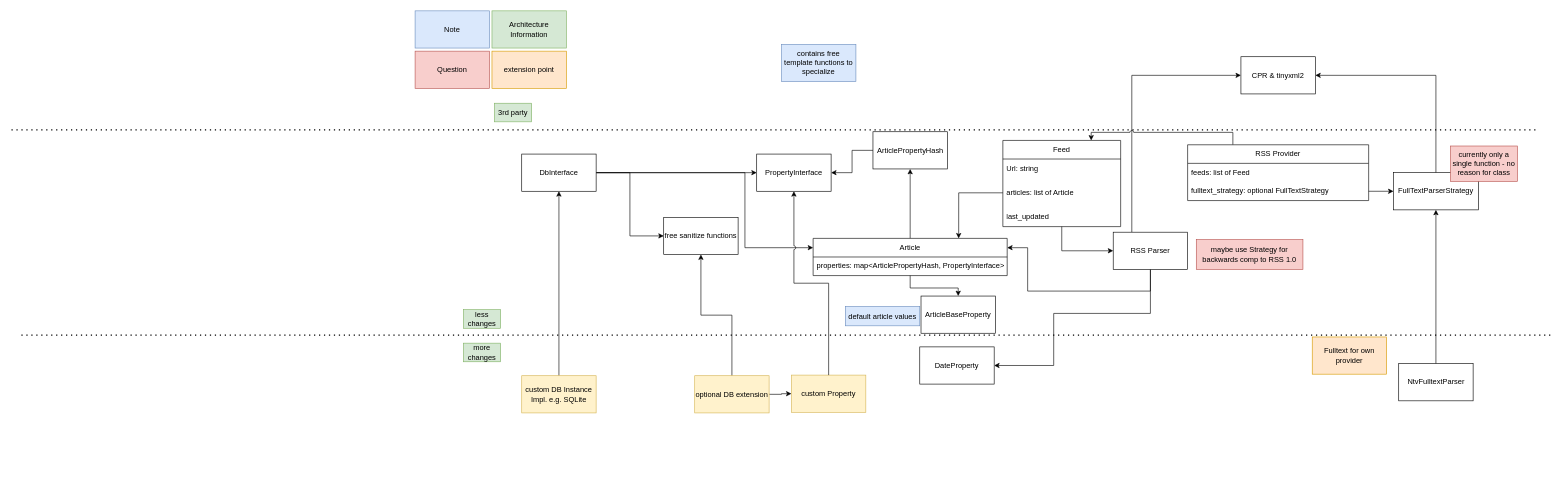
This is doc/source/img/architecture.drawio from parthux1/feedcat, a draw.io file, before an edit. Source tidied: cells renumbered, new cells numbered last; positions are measured from the earlier drawing's top-left corner, leaving out a move shared by most shapes. Both pictures are drawn from the tidied source at 62%, with x=0, y=0 at pixel (11, 11).
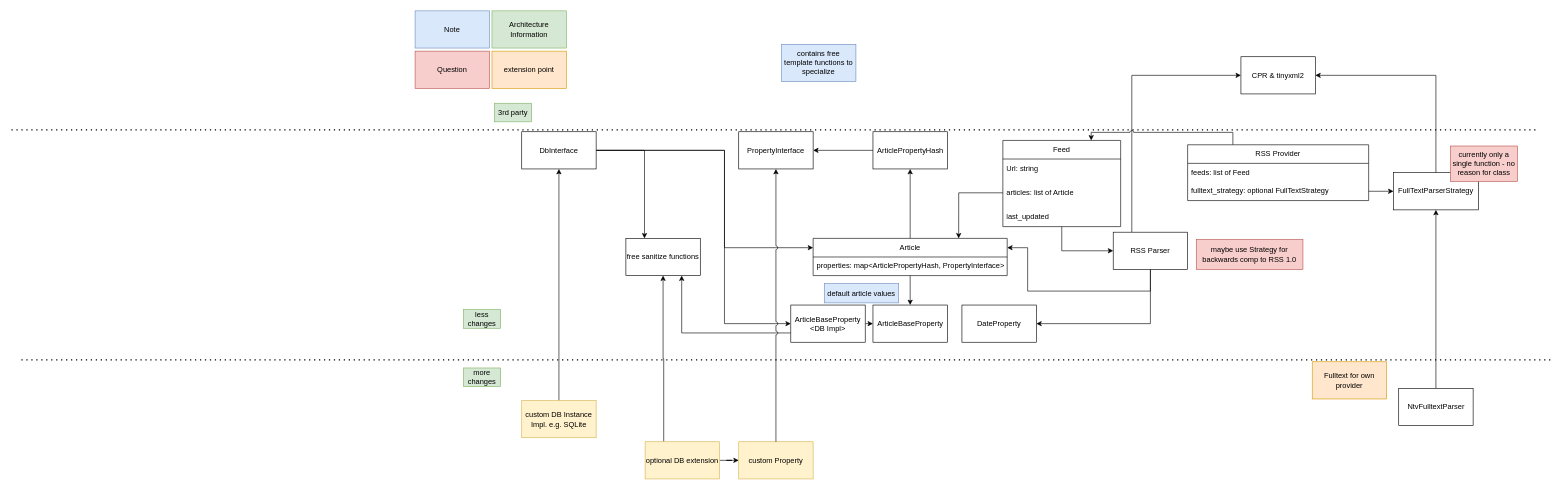
The same diagram, later.

Commit message (it also covers changes not shown here):
display property / db specification in drawio and add missing include

The change refers to these unchanged cells:
```xml
<mxCell id="5" value="RSS Parser" style="rounded=0;whiteSpace=wrap;html=1;" parent="1" vertex="1">
  <mxGeometry x="1777" y="357" width="120" height="60" as="geometry" />
</mxCell>
<mxCell id="41" value="Article" style="swimlane;fontStyle=0;horizontal=1;startSize=30;whiteSpace=wrap;html=1;" parent="1" vertex="1">
  <mxGeometry x="1293" y="367" width="313" height="60" as="geometry" />
</mxCell>
```

The edit, as a diff of the source:
```diff
@@
+    <mxCell id="57" style="edgeStyle=orthogonalEdgeStyle;rounded=0;jettySize=auto;html=1;exitX=0;exitY=0.75;exitDx=0;exitDy=0;entryX=0.75;entryY=1;entryDx=0;entryDy=0;jumpStyle=none;" parent="1" edge="1" source="60" target="51">
+      <mxGeometry relative="1" as="geometry" />
+    </mxCell>
@@
+    <mxCell id="4" style="edgeStyle=orthogonalEdgeStyle;rounded=0;jettySize=auto;html=1;exitX=0.5;exitY=1;exitDx=0;exitDy=0;entryX=1;entryY=0.25;entryDx=0;entryDy=0;" parent="1" edge="1" source="5" target="41">
+      <mxGeometry relative="1" as="geometry">
+        <Array as="points">
+          <mxPoint x="1837" y="452" />
+          <mxPoint x="1639" y="452" />
+          <mxPoint x="1639" y="382" />
+        </Array>
+      </mxGeometry>
+    </mxCell>
-    <mxCell id="3" style="edgeStyle=orthogonalEdgeStyle;rounded=0;jettySize=auto;html=1;entryX=1;entryY=0.5;entryDx=0;entryDy=0;" parent="1" edge="1" source="5" target="56">
-      <mxGeometry relative="1" as="geometry">
-        <Array as="points">
-          <mxPoint x="1837" y="488" />
-          <mxPoint x="1681" y="488" />
-          <mxPoint x="1681" y="572" />
-        </Array>
-      </mxGeometry>
+    <mxCell id="3" style="edgeStyle=orthogonalEdgeStyle;rounded=0;jettySize=auto;html=1;exitX=0.5;exitY=1;exitDx=0;exitDy=0;entryX=1;entryY=0.5;entryDx=0;entryDy=0;" parent="1" edge="1" source="5" target="56">
+      <mxGeometry relative="1" as="geometry" />
     </mxCell>
-    <mxCell id="4" style="edgeStyle=orthogonalEdgeStyle;rounded=0;jettySize=auto;html=1;exitX=0.5;exitY=1;exitDx=0;exitDy=0;entryX=1;entryY=0.25;entryDx=0;entryDy=0;" parent="1" edge="1" source="5" target="41">
-      <mxGeometry relative="1" as="geometry">
-        <Array as="points">
-          <mxPoint x="1837" y="452" />
-          <mxPoint x="1639" y="452" />
-          <mxPoint x="1639" y="382" />
-        </Array>
-      </mxGeometry>
-    </mxCell>
@@
     <mxCell id="7" value="custom Property" style="rounded=0;whiteSpace=wrap;html=1;fillColor=#fff2cc;strokeColor=#d6b656;" parent="1" vertex="1">
-      <mxGeometry x="1258" y="587.5" width="120" height="60" as="geometry" />
+      <mxGeometry x="1173" y="695" width="120" height="60" as="geometry" />
     </mxCell>
-    <mxCell id="8" style="edgeStyle=orthogonalEdgeStyle;rounded=0;jettySize=auto;html=1;" parent="1" edge="1" source="11" target="46">
-      <mxGeometry relative="1" as="geometry" />
-    </mxCell>
+    <mxCell id="10" style="edgeStyle=orthogonalEdgeStyle;rounded=0;jettySize=auto;html=1;exitX=1;exitY=0.5;exitDx=0;exitDy=0;entryX=0;entryY=0.25;entryDx=0;entryDy=0;" parent="1" edge="1" source="11" target="41">
+      <mxGeometry relative="1" as="geometry">
+        <Array as="points">
+          <mxPoint x="1150" y="225" />
+          <mxPoint x="1150" y="382" />
+        </Array>
+      </mxGeometry>
+    </mxCell>
+    <mxCell id="58" style="edgeStyle=orthogonalEdgeStyle;rounded=0;jettySize=auto;html=1;exitX=1;exitY=0.5;exitDx=0;exitDy=0;entryX=0;entryY=0.5;entryDx=0;entryDy=0;" parent="1" edge="1" source="11" target="60">
+      <mxGeometry relative="1" as="geometry">
+        <Array as="points">
+          <mxPoint x="1150" y="225" />
+          <mxPoint x="1150" y="505" />
+        </Array>
+      </mxGeometry>
+    </mxCell>
-    <mxCell id="9" style="edgeStyle=orthogonalEdgeStyle;rounded=0;jettySize=auto;html=1;entryX=0;entryY=0.5;entryDx=0;entryDy=0;" parent="1" edge="1" source="11" target="51">
+    <mxCell id="9" style="edgeStyle=orthogonalEdgeStyle;rounded=0;jettySize=auto;html=1;entryX=0.25;entryY=0;entryDx=0;entryDy=0;" parent="1" edge="1" source="11" target="51">
       <mxGeometry relative="1" as="geometry" />
     </mxCell>
-    <mxCell id="10" style="edgeStyle=orthogonalEdgeStyle;rounded=0;jettySize=auto;html=1;entryX=0;entryY=0.25;entryDx=0;entryDy=0;" parent="1" edge="1" source="11" target="41">
-      <mxGeometry relative="1" as="geometry">
-        <Array as="points">
-          <mxPoint x="1183" y="261" />
-          <mxPoint x="1183" y="382" />
-        </Array>
-      </mxGeometry>
-    </mxCell>
     <mxCell id="11" value="DbInterface" style="rounded=0;whiteSpace=wrap;html=1;" parent="1" vertex="1">
-      <mxGeometry x="823" y="231" width="120" height="60" as="geometry" />
+      <mxGeometry x="823" y="195" width="120" height="60" as="geometry" />
     </mxCell>
     <mxCell id="12" value="more changes" style="text;html=1;strokeColor=#82b366;fillColor=#d5e8d4;align=center;verticalAlign=middle;whiteSpace=wrap;rounded=0;" parent="1" vertex="1">
-      <mxGeometry x="729" y="536" width="60" height="30" as="geometry" />
+      <mxGeometry x="729" y="576" width="60" height="30" as="geometry" />
     </mxCell>
@@
     <mxCell id="32" value="NtvFulltextParser" style="rounded=0;whiteSpace=wrap;html=1;strokeColor=default;" parent="1" vertex="1">
-      <mxGeometry x="2237.5" y="569" width="120" height="60" as="geometry" />
+      <mxGeometry x="2237.5" y="609" width="120" height="60" as="geometry" />
     </mxCell>
@@
     <mxCell id="34" value="Fulltext for own provider" style="rounded=0;whiteSpace=wrap;html=1;fillColor=#ffe6cc;strokeColor=#d79b00;" parent="1" vertex="1">
-      <mxGeometry x="2098" y="526" width="120" height="60" as="geometry" />
+      <mxGeometry x="2098" y="566" width="120" height="60" as="geometry" />
     </mxCell>
@@
     <mxCell id="37" value="ArticleBaseProperty" style="rounded=0;whiteSpace=wrap;html=1;" parent="1" vertex="1">
-      <mxGeometry x="1467" y="460" width="120" height="60" as="geometry" />
+      <mxGeometry x="1389.5" y="474.5" width="120" height="60" as="geometry" />
     </mxCell>
     <mxCell id="38" value="default article values" style="rounded=0;whiteSpace=wrap;html=1;fillColor=#dae8fc;strokeColor=#6c8ebf;" parent="1" vertex="1">
-      <mxGeometry x="1345" y="477" width="120" height="31" as="geometry" />
+      <mxGeometry x="1311" y="440" width="120" height="31" as="geometry" />
     </mxCell>
@@
     <mxCell id="46" value="PropertyInterface" style="rounded=0;whiteSpace=wrap;html=1;" parent="1" vertex="1">
-      <mxGeometry x="1202" y="231" width="120" height="60" as="geometry" />
+      <mxGeometry x="1173" y="195" width="120" height="60" as="geometry" />
     </mxCell>
@@
+    <mxCell id="49" style="edgeStyle=orthogonalEdgeStyle;rounded=0;jettySize=auto;html=1;" parent="1" edge="1" source="50" target="7">
+      <mxGeometry relative="1" as="geometry" />
+    </mxCell>
-    <mxCell id="48" style="edgeStyle=orthogonalEdgeStyle;rounded=0;jettySize=auto;html=1;" parent="1" edge="1" source="50" target="51">
+    <mxCell id="48" style="edgeStyle=orthogonalEdgeStyle;rounded=0;jettySize=auto;html=1;exitX=0.25;exitY=0;exitDx=0;exitDy=0;" parent="1" edge="1" source="50" target="51">
       <mxGeometry relative="1" as="geometry" />
     </mxCell>
-    <mxCell id="49" style="edgeStyle=orthogonalEdgeStyle;rounded=0;jettySize=auto;html=1;" parent="1" edge="1" source="50" target="7">
-      <mxGeometry relative="1" as="geometry" />
-    </mxCell>
     <mxCell id="50" value="optional DB extension" style="rounded=0;whiteSpace=wrap;html=1;fillColor=#fff2cc;strokeColor=#d6b656;" parent="1" vertex="1">
-      <mxGeometry x="1102" y="588.5" width="120" height="60" as="geometry" />
+      <mxGeometry x="1022" y="695" width="120" height="60" as="geometry" />
     </mxCell>
     <mxCell id="51" value="free sanitize functions" style="rounded=0;whiteSpace=wrap;html=1;" parent="1" vertex="1">
-      <mxGeometry x="1052" y="333" width="120" height="60" as="geometry" />
+      <mxGeometry x="991" y="367" width="120" height="60" as="geometry" />
     </mxCell>
@@
     <mxCell id="53" value="custom DB Instance Impl. e.g. SQLite" style="rounded=0;whiteSpace=wrap;html=1;fillColor=#fff2cc;strokeColor=#d6b656;" parent="1" vertex="1">
-      <mxGeometry x="823" y="588.5" width="120" height="60" as="geometry" />
+      <mxGeometry x="823" y="628.5" width="120" height="60" as="geometry" />
     </mxCell>
@@
     <mxCell id="55" style="endArrow=none;dashed=1;html=1;dashPattern=1 3;strokeWidth=2;rounded=0;" parent="1" edge="1">
       <mxGeometry relative="1" as="geometry">
-        <mxPoint x="16" y="523" as="sourcePoint" />
-        <mxPoint x="2486" y="523" as="targetPoint" />
+        <mxPoint x="16" y="563" as="sourcePoint" />
+        <mxPoint x="2486" y="563" as="targetPoint" />
       </mxGeometry>
     </mxCell>
     <mxCell id="56" value="DateProperty" style="rounded=0;whiteSpace=wrap;html=1;" parent="1" vertex="1">
-      <mxGeometry x="1465" y="542" width="120" height="60" as="geometry" />
+      <mxGeometry x="1533" y="474.5" width="120" height="60" as="geometry" />
     </mxCell>
+    <mxCell id="59" style="edgeStyle=orthogonalEdgeStyle;rounded=0;jettySize=auto;html=1;exitX=1;exitY=0.5;exitDx=0;exitDy=0;entryX=0;entryY=0.5;entryDx=0;entryDy=0;" parent="1" edge="1" source="60" target="37">
+      <mxGeometry relative="1" as="geometry" />
+    </mxCell>
+    <mxCell id="60" value="ArticleBaseProperty&lt;br&gt;&amp;lt;DB Impl&amp;gt;" style="rounded=0;whiteSpace=wrap;html=1;" parent="1" vertex="1">
+      <mxGeometry x="1257" y="474.5" width="120" height="60" as="geometry" />
+    </mxCell>
```
